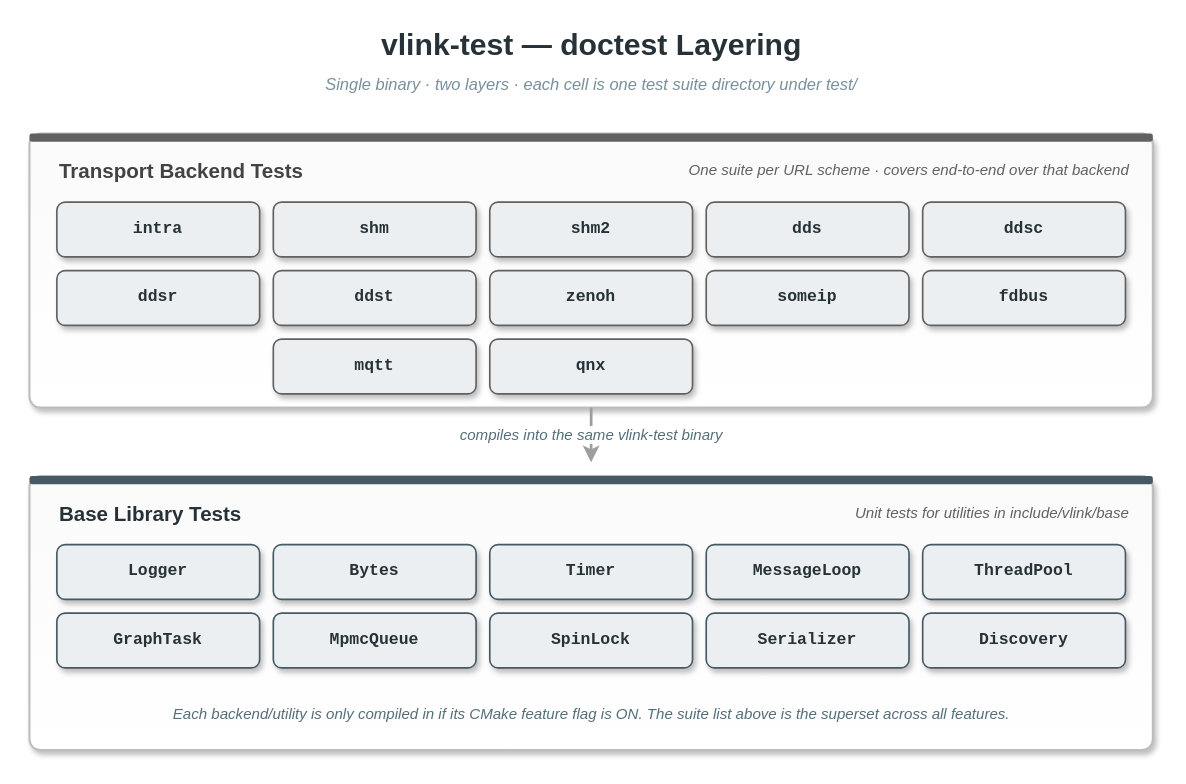
Before: doc/images/test-layer-diagram.drawio in PinkMan-03/vlink, a draw.io diagram. Source tidied: cells renumbered, new cells numbered last; positions are measured from the earlier drawing's top-left corner, leaving out a move shared by most shapes. Both pictures are drawn from the tidied source at 137%, with x=0, y=0 at pixel (29, 23).
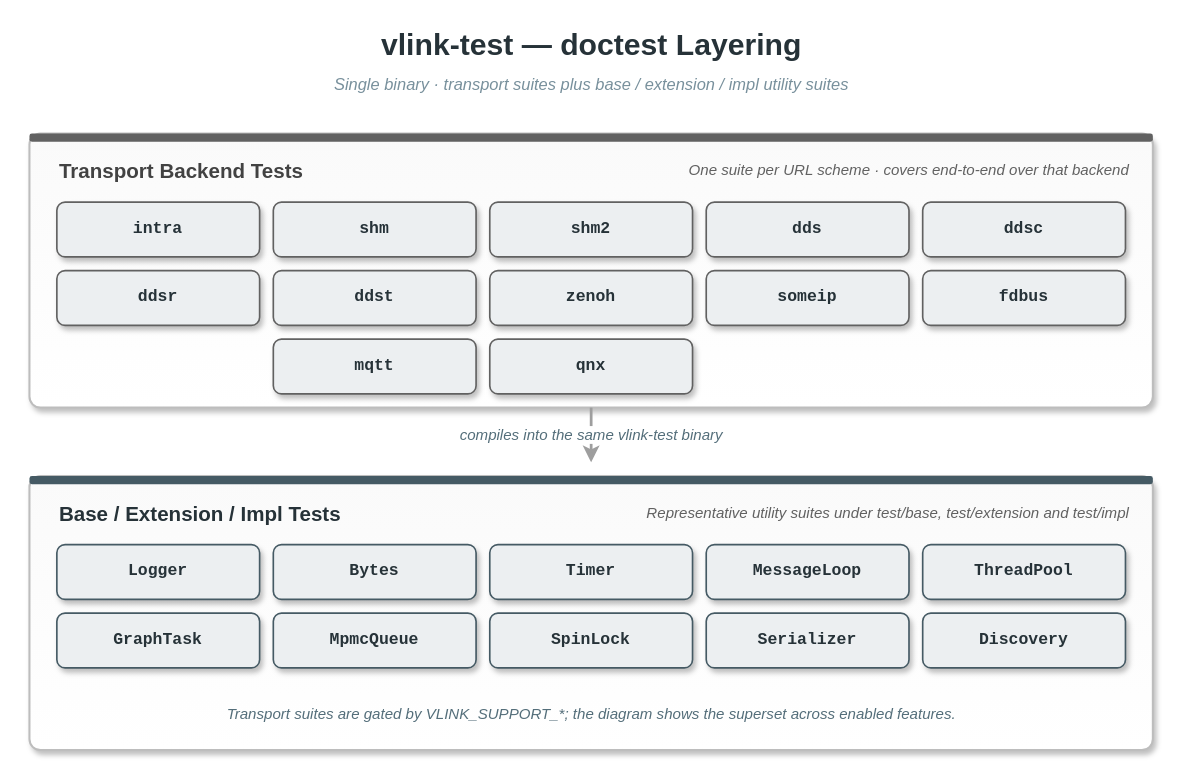
The same diagram, later.

What changed in the source:
```diff
@@
-    <mxCell id="3" value="Single binary  ·  two layers  ·  each cell is one test suite directory under test/" style="text;html=1;align=center;verticalAlign=middle;strokeColor=none;fillColor=none;fontSize=12;fontStyle=2;fontColor=#78909c;" parent="1" vertex="1">
+    <mxCell id="3" value="Single binary  ·  transport suites plus base / extension / impl utility suites" style="text;html=1;align=center;verticalAlign=middle;strokeColor=none;fillColor=none;fontSize=12;fontStyle=2;fontColor=#78909c;" parent="1" vertex="1">
       <mxGeometry y="34" width="820" height="22" as="geometry" />
     </mxCell>
@@
-    <mxCell id="23" value="Base Library Tests" style="text;html=1;align=left;verticalAlign=middle;strokeColor=none;fillColor=none;fontSize=15;fontStyle=1;fontColor=#263238;" parent="1" vertex="1">
+    <mxCell id="23" value="Base / Extension / Impl Tests" style="text;html=1;align=left;verticalAlign=middle;strokeColor=none;fillColor=none;fontSize=15;fontStyle=1;fontColor=#263238;" parent="1" vertex="1">
       <mxGeometry x="20" y="344" width="400" height="26" as="geometry" />
     </mxCell>
-    <mxCell id="24" value="Unit tests for utilities in include/vlink/base" style="text;html=1;align=right;verticalAlign=middle;strokeColor=none;fillColor=none;fontSize=11;fontStyle=2;fontColor=#616161;" parent="1" vertex="1">
+    <mxCell id="24" value="Representative utility suites under test/base, test/extension and test/impl" style="text;html=1;align=right;verticalAlign=middle;strokeColor=none;fillColor=none;fontSize=11;fontStyle=2;fontColor=#616161;" parent="1" vertex="1">
       <mxGeometry x="340" y="346" width="464" height="22" as="geometry" />
     </mxCell>
@@
-    <mxCell id="35" value="Each backend/utility is only compiled in if its CMake feature flag is ON. The suite list above is the superset across all features." style="text;html=1;align=center;verticalAlign=middle;strokeColor=none;fillColor=none;fontSize=11;fontStyle=2;fontColor=#546e7a;" parent="1" vertex="1">
+    <mxCell id="35" value="Transport suites are gated by VLINK_SUPPORT_*; the diagram shows the superset across enabled features." style="text;html=1;align=center;verticalAlign=middle;strokeColor=none;fillColor=none;fontSize=11;fontStyle=2;fontColor=#546e7a;" parent="1" vertex="1">
       <mxGeometry x="20" y="484" width="780" height="40" as="geometry" />
     </mxCell>
```
